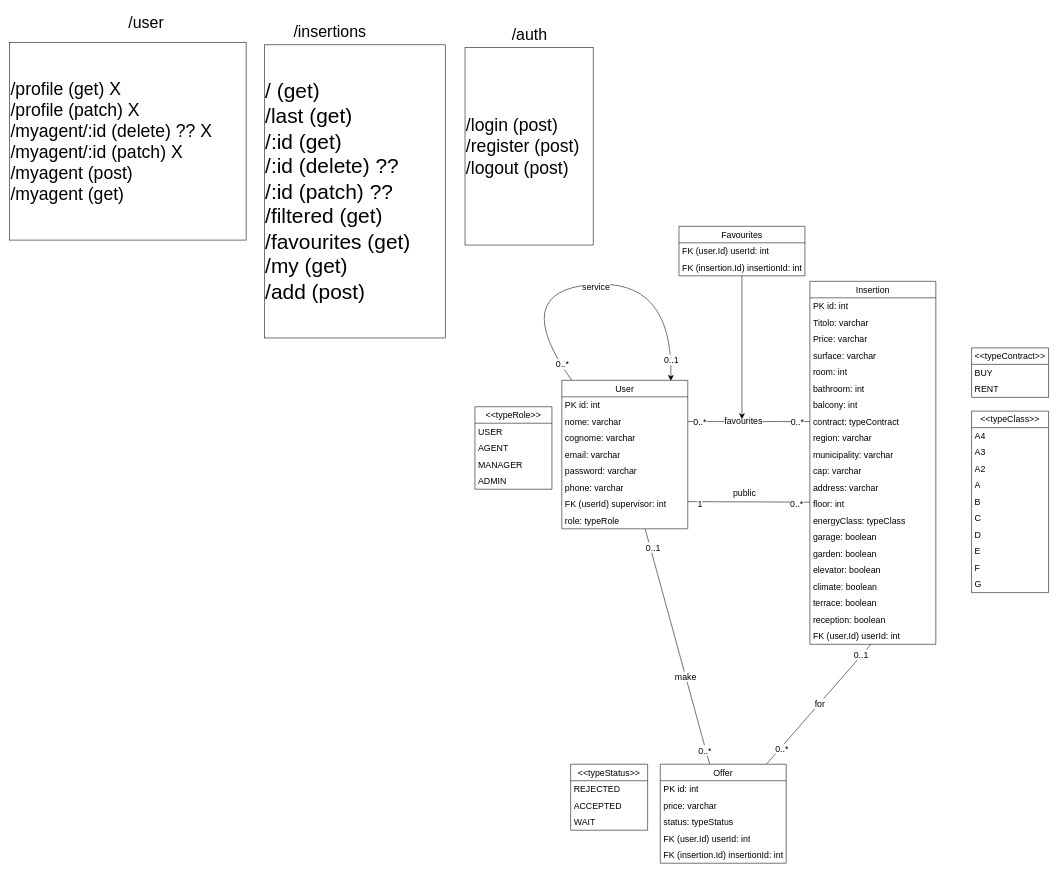
The draw.io diagram UML/routes.drawio in Kappa-2i/INGSW_DietiEstates25, before the edit. Source tidied: cells renumbered, new cells numbered last; positions are measured from the earlier drawing's top-left corner, leaving out a move shared by most shapes. Both pictures are drawn from the tidied source at 55%, with x=0, y=0 at pixel (9, 9).
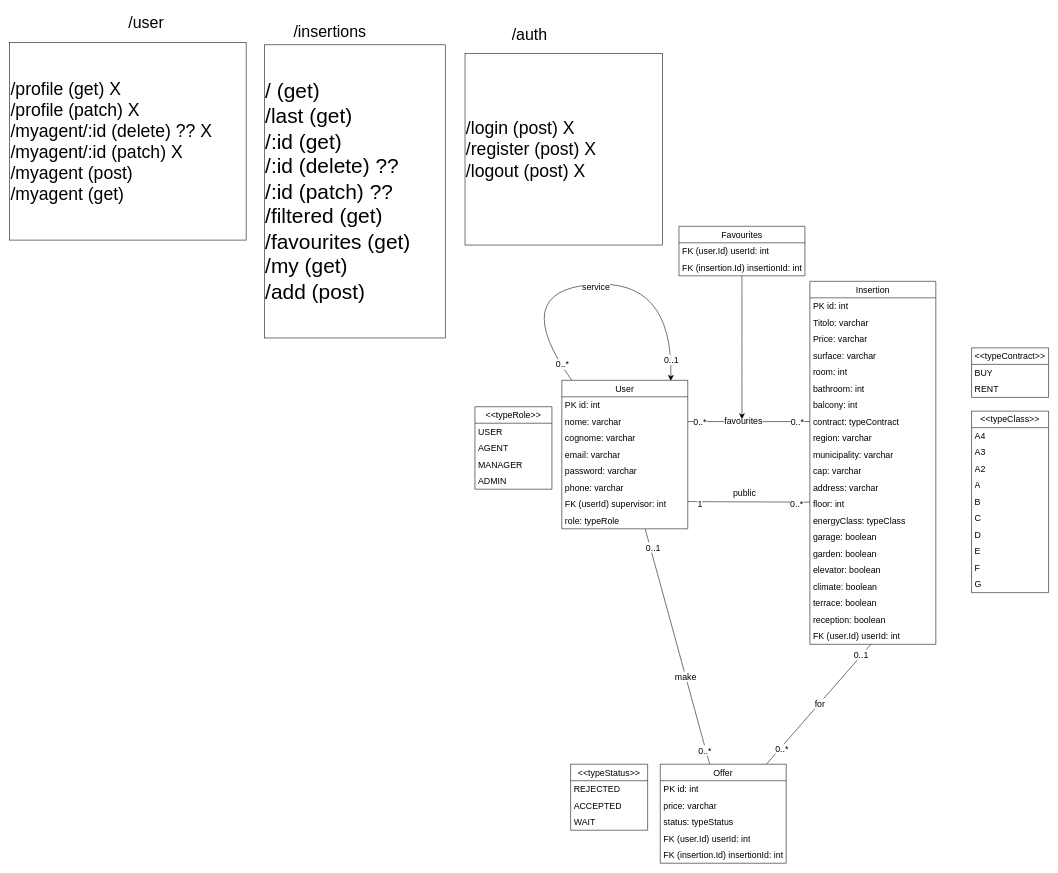
After the change.

What changed in the source:
```diff
@@
-    <mxCell id="4" value="&lt;font style=&quot;font-size: 32px;&quot;&gt;/login (post)&lt;br&gt;/register (post)&lt;br&gt;/logout (post)&lt;br&gt;&lt;/font&gt;" style="whiteSpace=wrap;html=1;fontSize=16;align=left;" parent="1" vertex="1">
-      <mxGeometry x="828" y="69" width="233" height="359" as="geometry" />
+    <mxCell id="4" value="&lt;font style=&quot;font-size: 32px;&quot;&gt;/login (post) X&lt;br&gt;/register (post) X&lt;br&gt;/logout (post) X&lt;br&gt;&lt;/font&gt;" style="whiteSpace=wrap;html=1;fontSize=16;align=left;" parent="1" vertex="1">
+      <mxGeometry x="828" y="80" width="359" height="348" as="geometry" />
     </mxCell>
```
